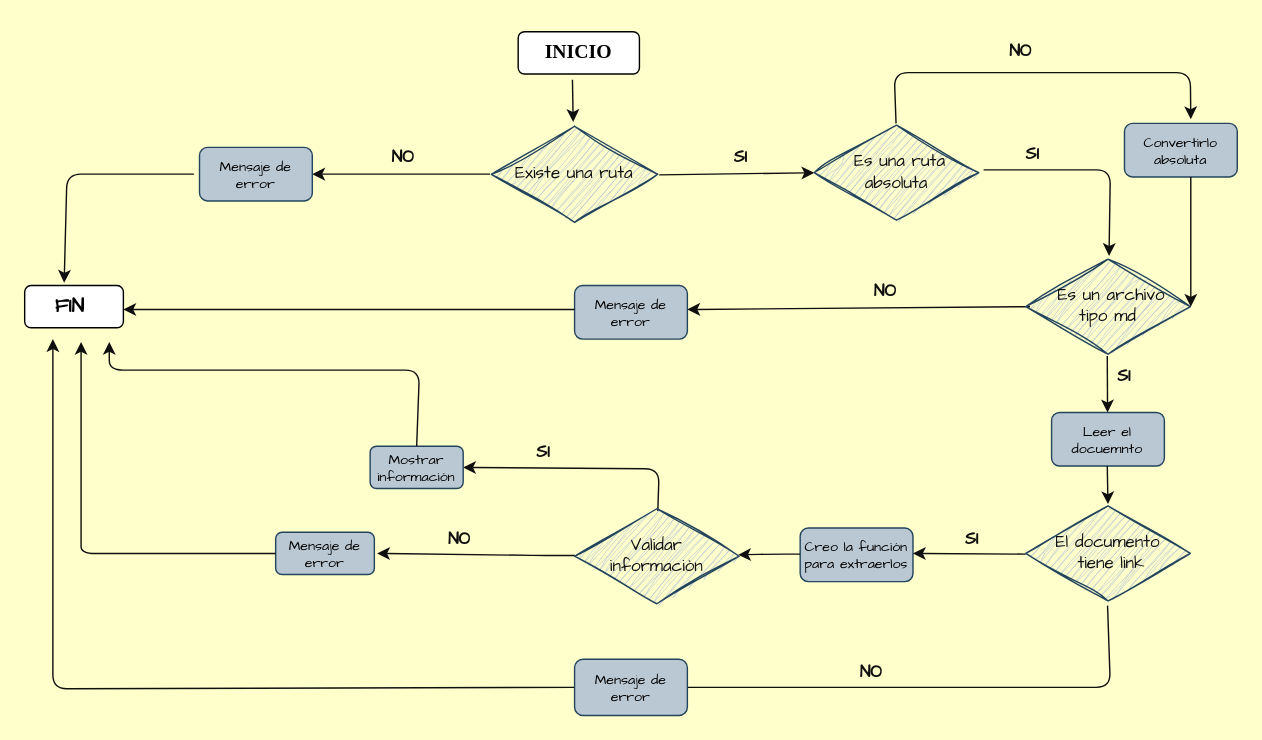
ErikaSuesca/DEV002-md-links keeps this draw.io diagram as diagram.drawio. Above is the earlier version. Source tidied: cells renumbered, new cells numbered last; positions are measured from the earlier drawing's top-left corner, leaving out a move shared by most shapes. Both pictures are drawn from the tidied source at 141%, with x=0, y=0 at pixel (24, 31).
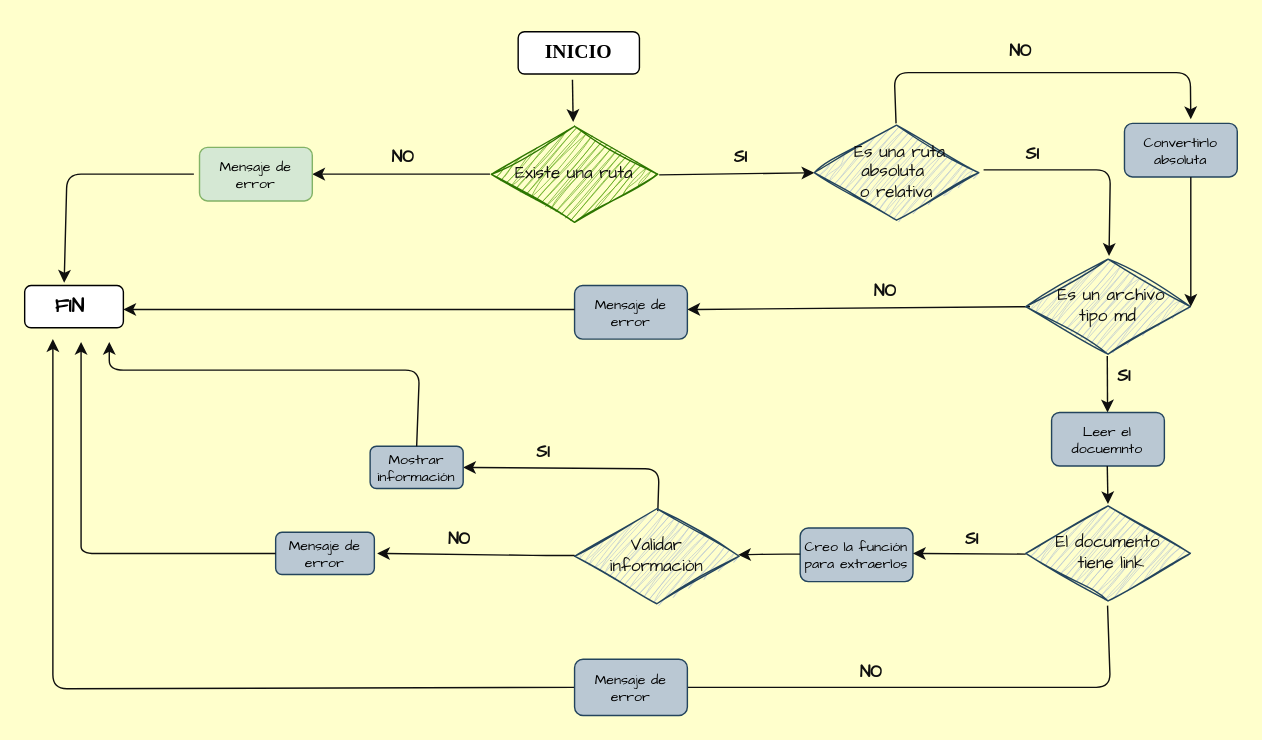
Above is the later version.

Change to the diagram source:
```diff
@@
-    <mxCell id="9" value="Mensaje de error" style="rounded=1;whiteSpace=wrap;html=1;fontFamily=Comic Sans MS;fontSize=10;align=center;fillColor=#bac8d3;strokeColor=#23445d;fontColor=#000000;" parent="1" vertex="1">
+    <mxCell id="9" value="Mensaje de error" style="rounded=1;whiteSpace=wrap;html=1;fontFamily=Comic Sans MS;fontSize=10;align=center;fillColor=#d5e8d4;strokeColor=#82b366;fontColor=#000000;" parent="1" vertex="1">
       <mxGeometry x="124" y="82" width="80" height="38" as="geometry" />
     </mxCell>
@@
-    <mxCell id="29" value="&lt;div style=&quot;&quot;&gt;&lt;font color=&quot;#0f0f0f&quot;&gt;&lt;br&gt;&lt;/font&gt;&lt;/div&gt;&lt;span style=&quot;border-color: rgb(0, 0, 0); font-family: &amp;quot;Comic Sans MS&amp;quot;; font-size: 12px; font-style: normal; font-variant-ligatures: normal; font-variant-caps: normal; letter-spacing: normal; orphans: 2; text-indent: 0px; text-transform: none; widows: 2; word-spacing: 0px; -webkit-text-stroke-width: 0px; background-color: rgb(42, 37, 47); text-decoration-thickness: initial; text-decoration-style: initial; text-decoration-color: initial;&quot;&gt;&lt;div style=&quot;&quot;&gt;&lt;font color=&quot;#0f0f0f&quot;&gt;Existe una ruta&lt;/font&gt;&lt;/div&gt;&lt;/span&gt;&lt;div style=&quot;&quot;&gt;&lt;br&gt;&lt;/div&gt;" style="html=1;whiteSpace=wrap;shape=isoRectangle;sketch=1;hachureGap=4;jiggle=2;curveFitting=1;fontFamily=Comic Sans MS;fontSize=12;align=center;fillColor=#bac8d3;strokeColor=#23445d;" parent="1" vertex="1">
+    <mxCell id="29" value="&lt;div style=&quot;&quot;&gt;&lt;font color=&quot;#0f0f0f&quot;&gt;&lt;br&gt;&lt;/font&gt;&lt;/div&gt;&lt;span style=&quot;border-color: rgb(0, 0, 0); font-family: &amp;quot;Comic Sans MS&amp;quot;; font-size: 12px; font-style: normal; font-variant-ligatures: normal; font-variant-caps: normal; letter-spacing: normal; orphans: 2; text-indent: 0px; text-transform: none; widows: 2; word-spacing: 0px; -webkit-text-stroke-width: 0px; background-color: rgb(42, 37, 47); text-decoration-thickness: initial; text-decoration-style: initial; text-decoration-color: initial;&quot;&gt;&lt;div style=&quot;&quot;&gt;&lt;font color=&quot;#0f0f0f&quot;&gt;Existe una ruta&lt;/font&gt;&lt;/div&gt;&lt;/span&gt;&lt;div style=&quot;&quot;&gt;&lt;br&gt;&lt;/div&gt;" style="html=1;whiteSpace=wrap;shape=isoRectangle;sketch=1;hachureGap=4;jiggle=2;curveFitting=1;fontFamily=Comic Sans MS;fontSize=12;align=center;fillColor=#60a917;strokeColor=#2D7600;fontColor=#ffffff;" parent="1" vertex="1">
       <mxGeometry x="331" y="65.7" width="118" height="70.8" as="geometry" />
     </mxCell>
-    <mxCell id="30" value="&lt;div style=&quot;&quot;&gt;&lt;font color=&quot;#0f0f0f&quot;&gt;&amp;nbsp; Es una&lt;/font&gt;&lt;span style=&quot;color: rgb(15, 15, 15); background-color: initial;&quot;&gt;&amp;nbsp;ruta&amp;nbsp;&lt;/span&gt;&lt;/div&gt;&lt;div style=&quot;&quot;&gt;&lt;font color=&quot;#0f0f0f&quot;&gt;absoluta&lt;/font&gt;&lt;/div&gt;" style="html=1;whiteSpace=wrap;shape=isoRectangle;sketch=1;hachureGap=4;jiggle=2;curveFitting=1;fontFamily=Comic Sans MS;fontSize=12;align=center;fillColor=#bac8d3;strokeColor=#23445d;" parent="1" vertex="1">
+    <mxCell id="30" value="&lt;div style=&quot;&quot;&gt;&lt;font color=&quot;#0f0f0f&quot;&gt;&amp;nbsp; Es una&lt;/font&gt;&lt;span style=&quot;color: rgb(15, 15, 15); background-color: initial;&quot;&gt;&amp;nbsp;ruta&amp;nbsp;&lt;/span&gt;&lt;/div&gt;&lt;div style=&quot;&quot;&gt;&lt;font color=&quot;#0f0f0f&quot;&gt;absoluta&amp;nbsp;&lt;/font&gt;&lt;/div&gt;&lt;div style=&quot;&quot;&gt;&lt;font color=&quot;#0f0f0f&quot;&gt;o relativa&lt;/font&gt;&lt;/div&gt;" style="html=1;whiteSpace=wrap;shape=isoRectangle;sketch=1;hachureGap=4;jiggle=2;curveFitting=1;fontFamily=Comic Sans MS;fontSize=12;align=center;fillColor=#bac8d3;strokeColor=#23445d;" parent="1" vertex="1">
       <mxGeometry x="560" y="65" width="116.7" height="70" as="geometry" />
     </mxCell>
```
